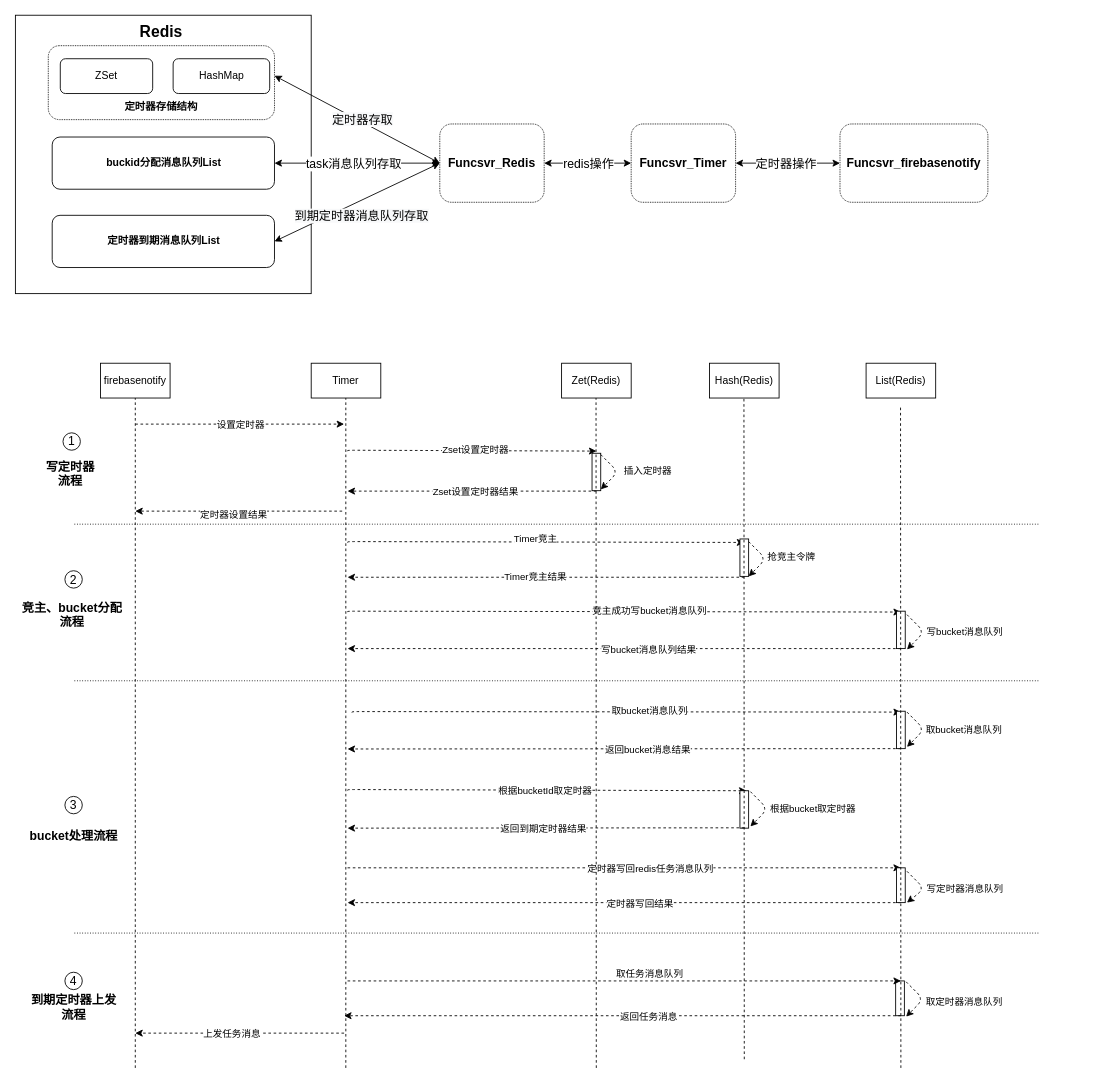
Before: page "Page-1" (1 of 4) of timer.drawio in mbabby/draw.io.file, a draw.io diagram. Source tidied: cells renumbered, new cells numbered last; positions are measured from the earlier drawing's top-left corner, leaving out a move shared by most shapes. Both pictures are drawn from the tidied source at 87%, with x=0, y=0 at pixel (15, 15).
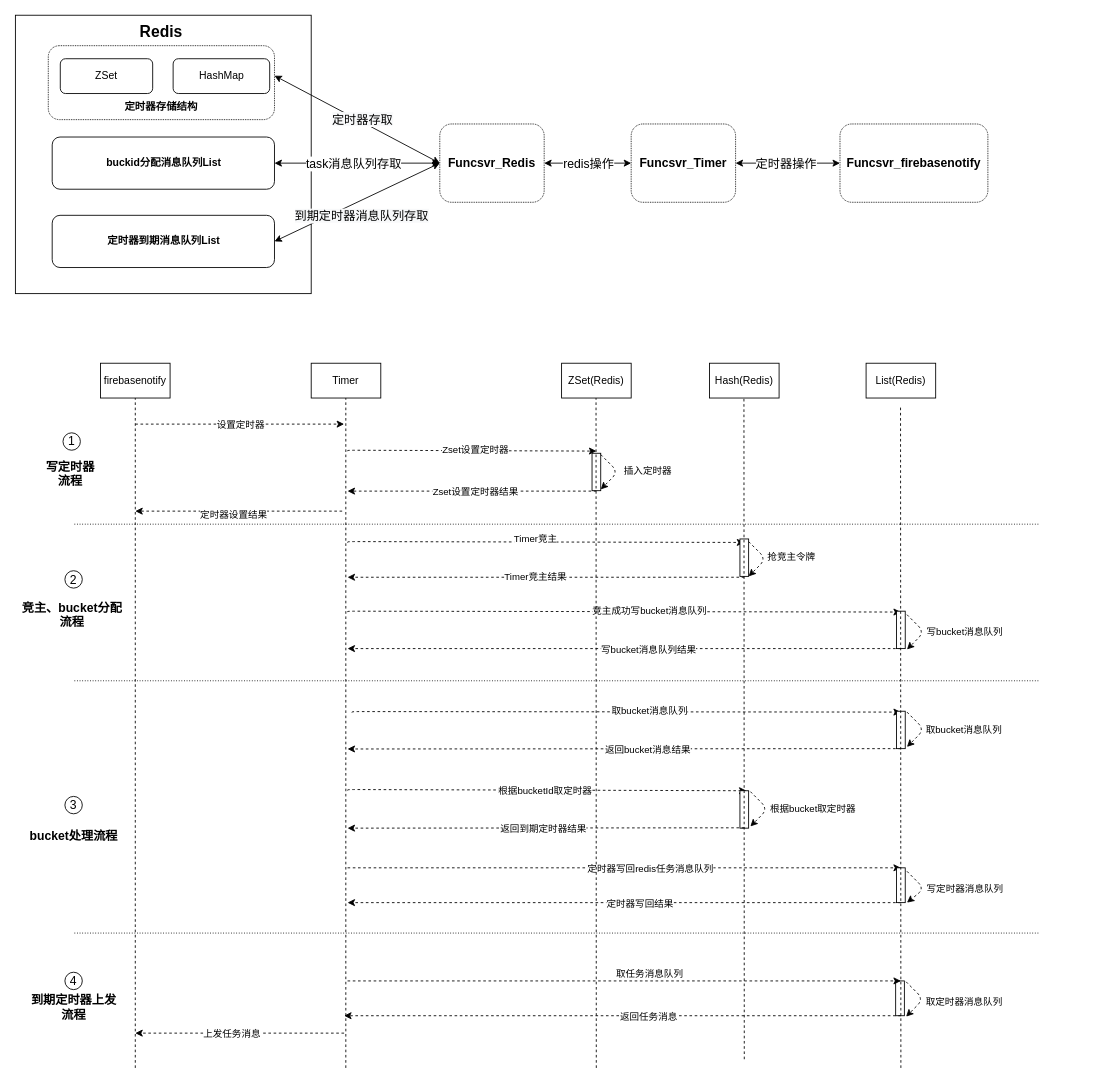
After the change.

Change to the diagram source:
```diff
@@
-    <mxCell id="27" value="Zet(Redis)" style="rounded=0;whiteSpace=wrap;html=1;" parent="1" vertex="1">
+    <mxCell id="27" value="ZSet(Redis)" style="rounded=0;whiteSpace=wrap;html=1;" parent="1" vertex="1">
       <mxGeometry x="628" y="400" width="80" height="40" as="geometry" />
     </mxCell>
```
